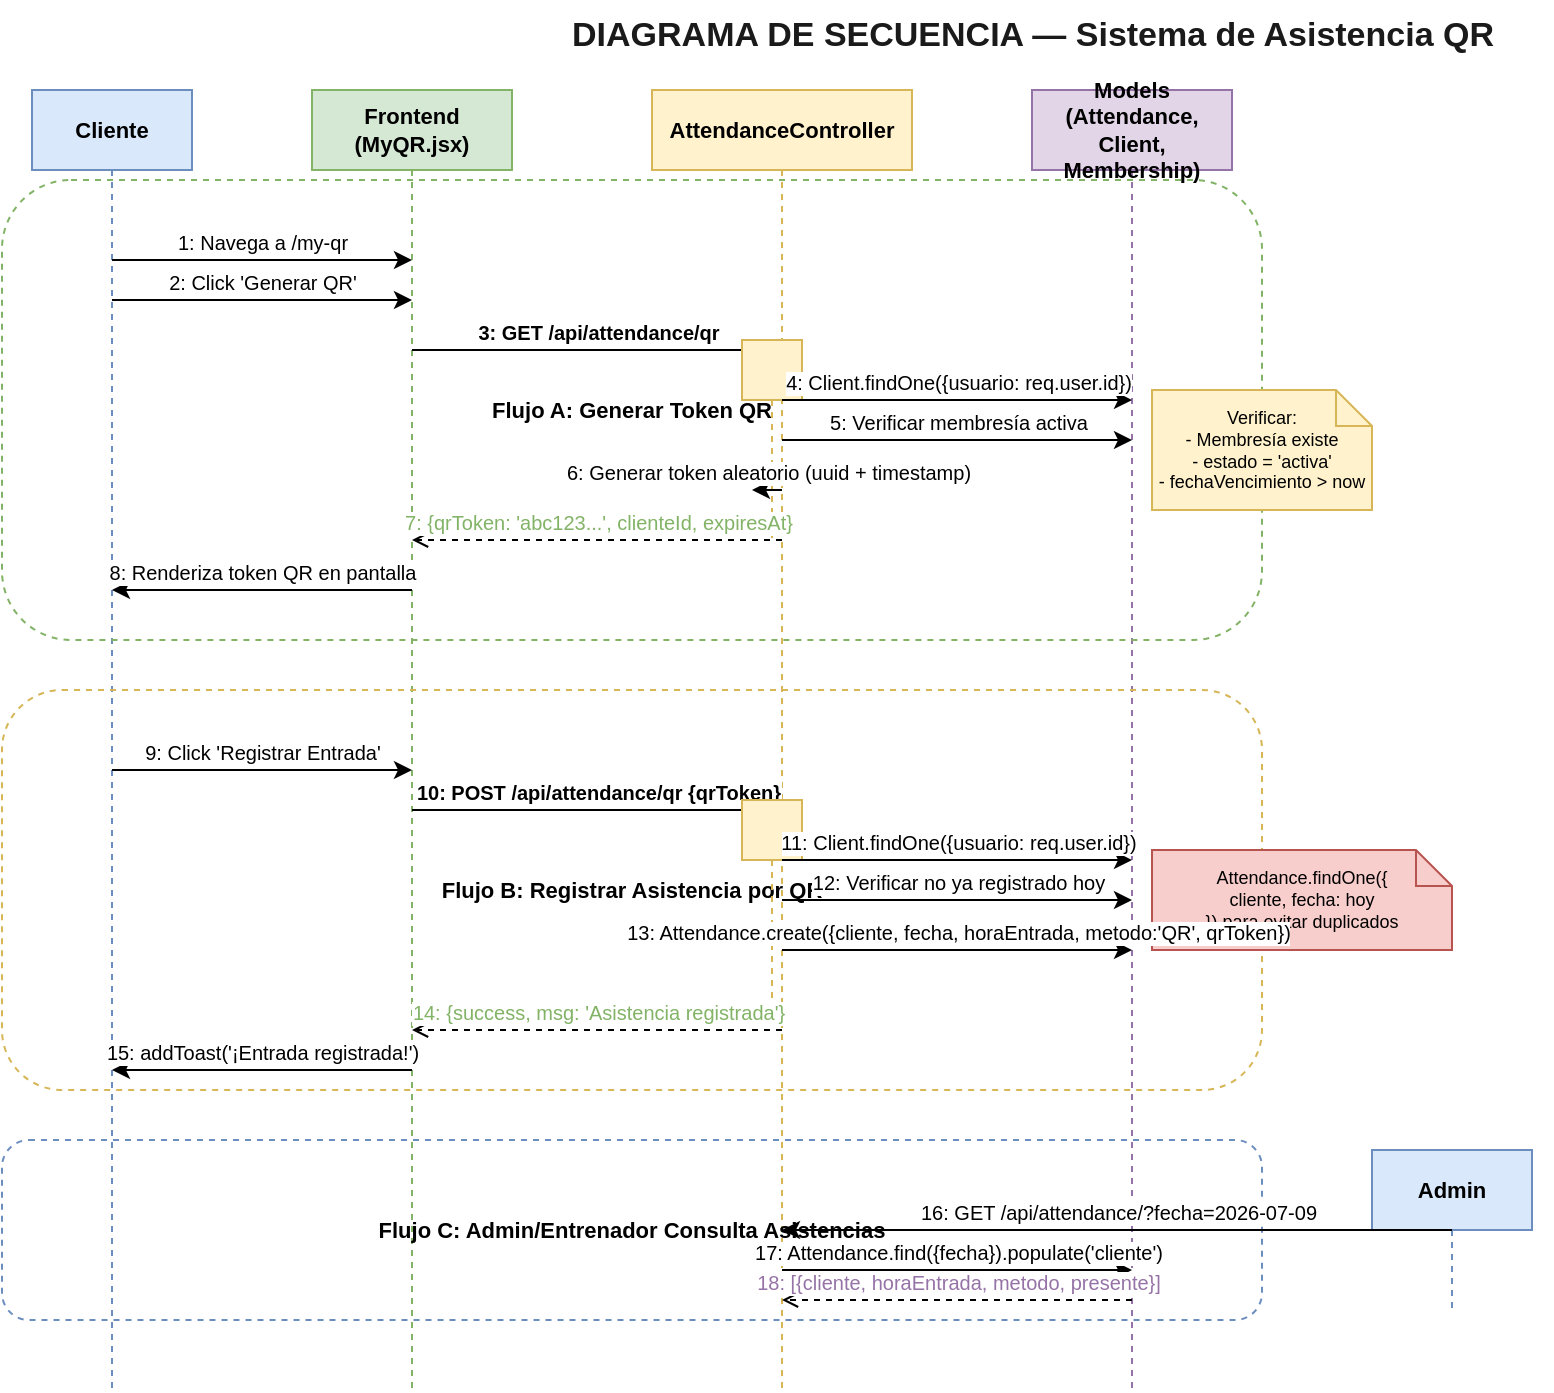
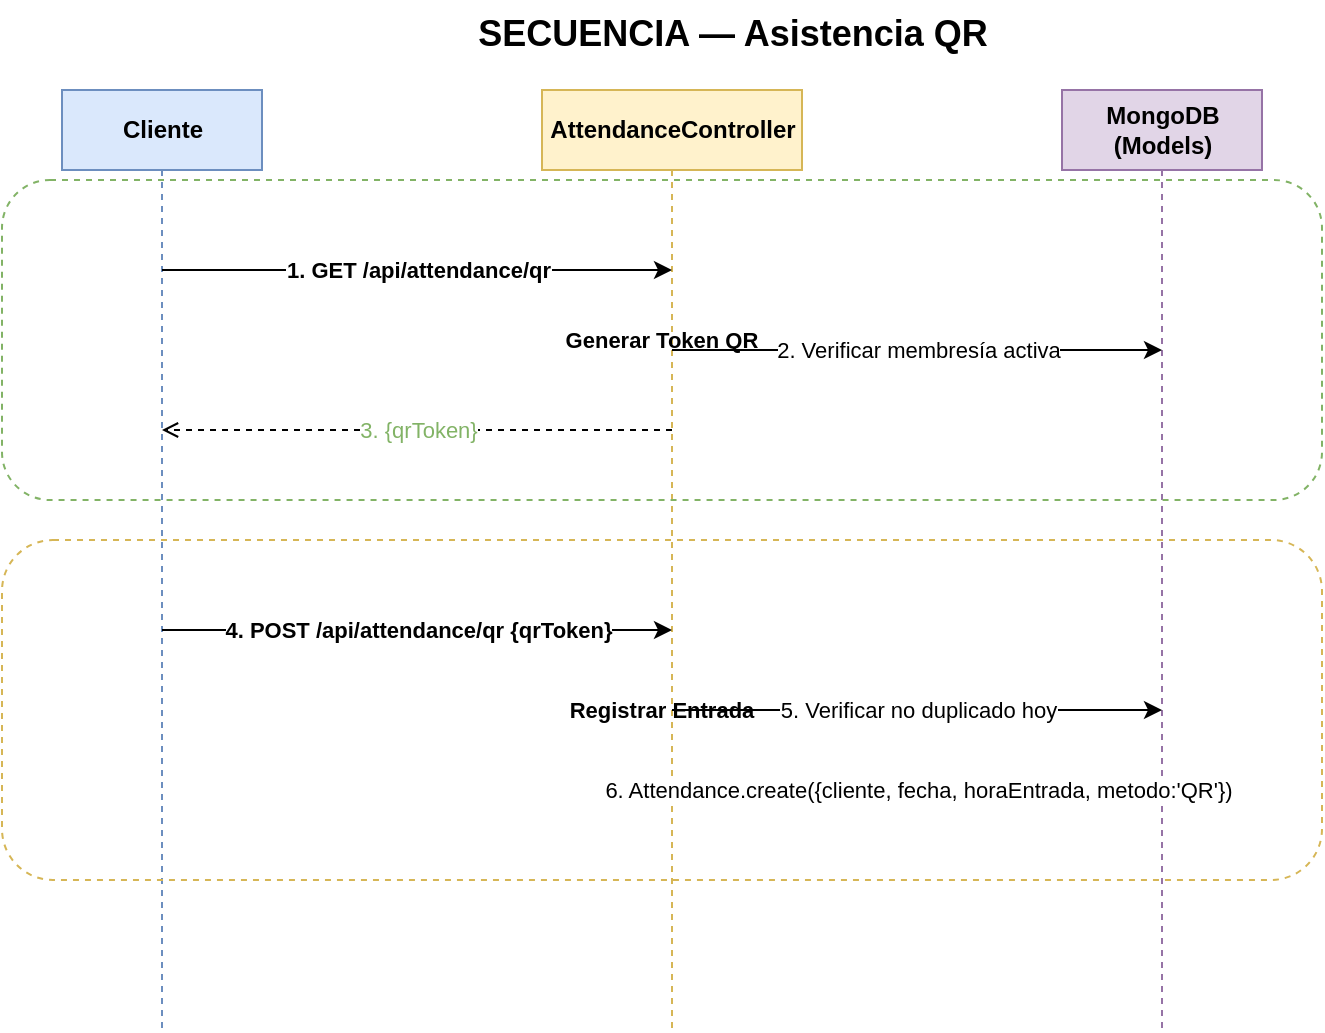
<?xml version="1.0" encoding="UTF-8"?>
- <mxfile host="app.diagrams.net" modified="2026-07-09T14:00:00.000Z" agent="FitControl" version="24.0.0">
-   <diagram name="Secuencia: Asistencia QR" id="seq-asistencia-qr">
-     <mxGraphModel dx="1200" dy="900" grid="1" gridSize="10" guides="1" tooltips="1" connect="1" arrows="1" fold="1" page="1" pageScale="1" pageWidth="1100" pageHeight="1200" math="0" shadow="0">
+ <mxfile host="app.diagrams.net">
+   <diagram name="Asistencia QR" id="seq-asistencia">
+     <mxGraphModel dx="1000" dy="700" grid="1" gridSize="10" guides="1" tooltips="1" connect="1" arrows="1" fold="1" page="1" pageScale="1" pageWidth="800" pageHeight="650" math="0" shadow="0">
      <root>
        <mxCell id="0"/>
        <mxCell id="1" parent="0"/>

-         <mxCell id="title" value="DIAGRAMA DE SECUENCIA — Sistema de Asistencia QR" style="text;html=1;align=center;verticalAlign=middle;resizable=0;points=[];autosize=1;strokeColor=none;fillColor=none;fontSize=17;fontStyle=1;fontColor=#1A1A1A;" vertex="1" parent="1">
-           <mxGeometry x="270" y="15" width="520" height="35" as="geometry"/>
+         <mxCell id="title" value="SECUENCIA — Asistencia QR" style="text;html=1;align=center;strokeColor=none;fillColor=none;fontSize=18;fontStyle=1;" vertex="1" parent="1">
+           <mxGeometry x="220" y="10" width="350" height="35" as="geometry"/>
        </mxCell>

-         <!-- ACTORES -->
-         <mxCell id="a_client" value="Cliente" style="shape=umlLifeline;perimeter=lifelinePerimeter;whiteSpace=wrap;html=1;container=0;collapsible=0;recursiveResize=0;outlineConnect=0;size=40;fillColor=#dae8fc;strokeColor=#6c8ebf;fontStyle=1;fontSize=11;" vertex="1" parent="1">
-           <mxGeometry x="30" y="60" width="80" height="650" as="geometry"/>
+         <mxCell id="l1" value="Cliente" style="shape=umlLifeline;perimeter=lifelinePerimeter;html=1;container=0;collapsible=0;recursiveResize=0;outlineConnect=0;size=40;fillColor=#dae8fc;strokeColor=#6c8ebf;fontStyle=1;fontSize=12;" vertex="1" parent="1">
+           <mxGeometry x="60" y="55" width="100" height="470" as="geometry"/>
        </mxCell>
-         <mxCell id="a_fe" value="Frontend&#xa;(MyQR.jsx)" style="shape=umlLifeline;perimeter=lifelinePerimeter;whiteSpace=wrap;html=1;container=0;collapsible=0;recursiveResize=0;outlineConnect=0;size=40;fillColor=#d5e8d4;strokeColor=#82b366;fontStyle=1;fontSize=11;" vertex="1" parent="1">
-           <mxGeometry x="170" y="60" width="100" height="650" as="geometry"/>
+         <mxCell id="l2" value="AttendanceController" style="shape=umlLifeline;perimeter=lifelinePerimeter;html=1;container=0;collapsible=0;recursiveResize=0;outlineConnect=0;size=40;fillColor=#fff2cc;strokeColor=#d6b656;fontStyle=1;fontSize=12;" vertex="1" parent="1">
+           <mxGeometry x="300" y="55" width="130" height="470" as="geometry"/>
        </mxCell>
-         <mxCell id="a_ctrl" value="AttendanceController" style="shape=umlLifeline;perimeter=lifelinePerimeter;whiteSpace=wrap;html=1;container=0;collapsible=0;recursiveResize=0;outlineConnect=0;size=40;fillColor=#fff2cc;strokeColor=#d6b656;fontStyle=1;fontSize=11;" vertex="1" parent="1">
-           <mxGeometry x="340" y="60" width="130" height="650" as="geometry"/>
-         </mxCell>
-         <mxCell id="a_models" value="Models&#xa;(Attendance,&#xa;Client,&#xa;Membership)" style="shape=umlLifeline;perimeter=lifelinePerimeter;whiteSpace=wrap;html=1;container=0;collapsible=0;recursiveResize=0;outlineConnect=0;size=40;fillColor=#e1d5e7;strokeColor=#9673a6;fontStyle=1;fontSize=11;" vertex="1" parent="1">
-           <mxGeometry x="530" y="60" width="100" height="650" as="geometry"/>
+         <mxCell id="l3" value="MongoDB&#xa;(Models)" style="shape=umlLifeline;perimeter=lifelinePerimeter;html=1;container=0;collapsible=0;recursiveResize=0;outlineConnect=0;size=40;fillColor=#e1d5e7;strokeColor=#9673a6;fontStyle=1;fontSize=12;" vertex="1" parent="1">
+           <mxGeometry x="560" y="55" width="100" height="470" as="geometry"/>
        </mxCell>

-         <!-- =============================== -->
-         <!-- FLUJO: GENERAR QR -->
-         <!-- =============================== -->
-         <mxCell id="box1" value="Flujo A: Generar Token QR" style="shape=frame;whiteSpace=wrap;html=1;startSize=22;fillColor=none;strokeColor=#82b366;fontSize=11;fontStyle=1;rounded=1;dashed=1;" vertex="1" parent="1">
-           <mxGeometry x="15" y="105" width="630" height="230" as="geometry"/>
+         <!-- GENERAR QR -->
+         <mxCell id="box1" value="Generar Token QR" style="shape=frame;whiteSpace=wrap;html=1;startSize=20;fillColor=none;strokeColor=#82b366;fontSize=11;fontStyle=1;rounded=1;dashed=1;" vertex="1" parent="1">
+           <mxGeometry x="30" y="100" width="660" height="160" as="geometry"/>
+         </mxCell>
+         <mxCell id="m1" value="1. GET /api/attendance/qr" style="html=1;endArrow=classic;fontSize=11;fontStyle=1;" edge="1" parent="1">
+           <mxGeometry relative="1" as="geometry"><mxPoint x="110" y="145" as="sourcePoint"/><mxPoint x="365" y="145" as="targetPoint"/></mxGeometry>
+         </mxCell>
+         <mxCell id="m2" value="2. Verificar membresía activa" style="html=1;endArrow=classic;fontSize=11;" edge="1" parent="1">
+           <mxGeometry relative="1" as="geometry"><mxPoint x="365" y="185" as="sourcePoint"/><mxPoint x="610" y="185" as="targetPoint"/></mxGeometry>
+         </mxCell>
+         <mxCell id="m3" value="3. {qrToken}" style="html=1;endArrow=open;fontSize=11;dashed=1;fontColor=#82b366;" edge="1" parent="1">
+           <mxGeometry relative="1" as="geometry"><mxPoint x="365" y="225" as="sourcePoint"/><mxPoint x="110" y="225" as="targetPoint"/></mxGeometry>
        </mxCell>

-         <mxCell id="m1" value="1: Navega a /my-qr" style="html=1;verticalAlign=bottom;endArrow=classic;fontSize=10;" edge="1" parent="1">
-           <mxGeometry relative="1" as="geometry">
-             <mxPoint x="70" y="145" as="sourcePoint"/>
-             <mxPoint x="220" y="145" as="targetPoint"/>
-           </mxGeometry>
+         <!-- REGISTRAR ASISTENCIA -->
+         <mxCell id="box2" value="Registrar Entrada" style="shape=frame;whiteSpace=wrap;html=1;startSize=20;fillColor=none;strokeColor=#d6b656;fontSize=11;fontStyle=1;rounded=1;dashed=1;" vertex="1" parent="1">
+           <mxGeometry x="30" y="280" width="660" height="170" as="geometry"/>
        </mxCell>
-         <mxCell id="m2" value="2: Click 'Generar QR'" style="html=1;verticalAlign=bottom;endArrow=classic;fontSize=10;" edge="1" parent="1">
-           <mxGeometry relative="1" as="geometry">
-             <mxPoint x="70" y="165" as="sourcePoint"/>
-             <mxPoint x="220" y="165" as="targetPoint"/>
-           </mxGeometry>
+         <mxCell id="m4" value="4. POST /api/attendance/qr {qrToken}" style="html=1;endArrow=classic;fontSize=11;fontStyle=1;" edge="1" parent="1">
+           <mxGeometry relative="1" as="geometry"><mxPoint x="110" y="325" as="sourcePoint"/><mxPoint x="365" y="325" as="targetPoint"/></mxGeometry>
        </mxCell>
-         <mxCell id="m3" value="3: GET /api/attendance/qr" style="html=1;verticalAlign=bottom;endArrow=classic;fontSize=10;fontStyle=1;" edge="1" parent="1">
-           <mxGeometry relative="1" as="geometry">
-             <mxPoint x="220" y="190" as="sourcePoint"/>
-             <mxPoint x="405" y="190" as="targetPoint"/>
-           </mxGeometry>
+         <mxCell id="m5" value="5. Verificar no duplicado hoy" style="html=1;endArrow=classic;fontSize=11;" edge="1" parent="1">
+           <mxGeometry relative="1" as="geometry"><mxPoint x="365" y="365" as="sourcePoint"/><mxPoint x="610" y="365" as="targetPoint"/></mxGeometry>
        </mxCell>
- 
-         <mxCell id="act_ctrl1" value="" style="shape=umlLifeline;perimeter=lifelinePerimeter;html=1;container=0;collapsible=0;recursiveResize=0;outlineConnect=0;size=30;fillColor=#fff2cc;strokeColor=#d6b656;" vertex="1" parent="1">
-           <mxGeometry x="385" y="185" width="30" height="100" as="geometry"/>
-         </mxCell>
- 
-         <mxCell id="m4" value="4: Client.findOne({usuario: req.user.id})" style="html=1;verticalAlign=bottom;endArrow=classic;fontSize=10;" edge="1" parent="1">
-           <mxGeometry relative="1" as="geometry">
-             <mxPoint x="405" y="215" as="sourcePoint"/>
-             <mxPoint x="580" y="215" as="targetPoint"/>
-           </mxGeometry>
-         </mxCell>
-         <mxCell id="m5" value="5: Verificar membresía activa" style="html=1;verticalAlign=bottom;endArrow=classic;fontSize=10;" edge="1" parent="1">
-           <mxGeometry relative="1" as="geometry">
-             <mxPoint x="405" y="235" as="sourcePoint"/>
-             <mxPoint x="580" y="235" as="targetPoint"/>
-           </mxGeometry>
-         </mxCell>
-         <mxCell id="note1" value="Verificar:&#xa;- Membresía existe&#xa;- estado = 'activa'&#xa;- fechaVencimiento > now" style="shape=note;whiteSpace=wrap;html=1;backgroundOutline=1;size=18;fillColor=#fff2cc;strokeColor=#d6b656;fontSize=9;" vertex="1" parent="1">
-           <mxGeometry x="590" y="210" width="110" height="60" as="geometry"/>
-         </mxCell>
- 
-         <mxCell id="m6" value="6: Generar token aleatorio (uuid + timestamp)" style="html=1;verticalAlign=bottom;endArrow=classic;fontSize=10;" edge="1" parent="1">
-           <mxGeometry relative="1" as="geometry">
-             <mxPoint x="405" y="260" as="sourcePoint"/>
-             <mxPoint x="390" y="260" as="targetPoint"/>
-           </mxGeometry>
-         </mxCell>
-         <mxCell id="m7" value="7: {qrToken: 'abc123...', clienteId, expiresAt}" style="html=1;verticalAlign=bottom;endArrow=open;fontSize=10;fontColor=#82b366;dashed=1;" edge="1" parent="1">
-           <mxGeometry relative="1" as="geometry">
-             <mxPoint x="405" y="285" as="sourcePoint"/>
-             <mxPoint x="220" y="285" as="targetPoint"/>
-           </mxGeometry>
-         </mxCell>
-         <mxCell id="m8" value="8: Renderiza token QR en pantalla" style="html=1;verticalAlign=bottom;endArrow=classic;fontSize=10;" edge="1" parent="1">
-           <mxGeometry relative="1" as="geometry">
-             <mxPoint x="220" y="310" as="sourcePoint"/>
-             <mxPoint x="70" y="310" as="targetPoint"/>
-           </mxGeometry>
-         </mxCell>
- 
-         <!-- =============================== -->
-         <!-- FLUJO: REGISTRAR ASISTENCIA -->
-         <!-- =============================== -->
-         <mxCell id="box2" value="Flujo B: Registrar Asistencia por QR" style="shape=frame;whiteSpace=wrap;html=1;startSize=22;fillColor=none;strokeColor=#d6b656;fontSize=11;fontStyle=1;rounded=1;dashed=1;" vertex="1" parent="1">
-           <mxGeometry x="15" y="360" width="630" height="200" as="geometry"/>
-         </mxCell>
- 
-         <mxCell id="m10" value="9: Click 'Registrar Entrada'" style="html=1;verticalAlign=bottom;endArrow=classic;fontSize=10;" edge="1" parent="1">
-           <mxGeometry relative="1" as="geometry">
-             <mxPoint x="70" y="400" as="sourcePoint"/>
-             <mxPoint x="220" y="400" as="targetPoint"/>
-           </mxGeometry>
-         </mxCell>
-         <mxCell id="m11" value="10: POST /api/attendance/qr {qrToken}" style="html=1;verticalAlign=bottom;endArrow=classic;fontSize=10;fontStyle=1;" edge="1" parent="1">
-           <mxGeometry relative="1" as="geometry">
-             <mxPoint x="220" y="420" as="sourcePoint"/>
-             <mxPoint x="405" y="420" as="targetPoint"/>
-           </mxGeometry>
-         </mxCell>
- 
-         <mxCell id="act_ctrl2" value="" style="shape=umlLifeline;perimeter=lifelinePerimeter;html=1;container=0;collapsible=0;recursiveResize=0;outlineConnect=0;size=30;fillColor=#fff2cc;strokeColor=#d6b656;" vertex="1" parent="1">
-           <mxGeometry x="385" y="415" width="30" height="100" as="geometry"/>
-         </mxCell>
- 
-         <mxCell id="m12" value="11: Client.findOne({usuario: req.user.id})" style="html=1;verticalAlign=bottom;endArrow=classic;fontSize=10;" edge="1" parent="1">
-           <mxGeometry relative="1" as="geometry">
-             <mxPoint x="405" y="445" as="sourcePoint"/>
-             <mxPoint x="580" y="445" as="targetPoint"/>
-           </mxGeometry>
-         </mxCell>
- 
-         <mxCell id="m13" value="12: Verificar no ya registrado hoy" style="html=1;verticalAlign=bottom;endArrow=classic;fontSize=10;" edge="1" parent="1">
-           <mxGeometry relative="1" as="geometry">
-             <mxPoint x="405" y="465" as="sourcePoint"/>
-             <mxPoint x="580" y="465" as="targetPoint"/>
-           </mxGeometry>
-         </mxCell>
-         <mxCell id="note2" value="Attendance.findOne({&#xa;  cliente, fecha: hoy&#xa;}) para evitar duplicados" style="shape=note;whiteSpace=wrap;html=1;backgroundOutline=1;size=18;fillColor=#f8cecc;strokeColor=#b85450;fontSize=9;" vertex="1" parent="1">
-           <mxGeometry x="590" y="440" width="150" height="50" as="geometry"/>
-         </mxCell>
- 
-         <mxCell id="m14" value="13: Attendance.create({cliente, fecha, horaEntrada, metodo:'QR', qrToken})" style="html=1;verticalAlign=bottom;endArrow=classic;fontSize=10;" edge="1" parent="1">
-           <mxGeometry relative="1" as="geometry">
-             <mxPoint x="405" y="490" as="sourcePoint"/>
-             <mxPoint x="580" y="490" as="targetPoint"/>
-           </mxGeometry>
-         </mxCell>
- 
-         <mxCell id="m15" value="14: {success, msg: 'Asistencia registrada'}" style="html=1;verticalAlign=bottom;endArrow=open;fontSize=10;fontColor=#82b366;dashed=1;" edge="1" parent="1">
-           <mxGeometry relative="1" as="geometry">
-             <mxPoint x="405" y="530" as="sourcePoint"/>
-             <mxPoint x="220" y="530" as="targetPoint"/>
-           </mxGeometry>
-         </mxCell>
-         <mxCell id="m16" value="15: addToast('¡Entrada registrada!')" style="html=1;verticalAlign=bottom;endArrow=classic;fontSize=10;" edge="1" parent="1">
-           <mxGeometry relative="1" as="geometry">
-             <mxPoint x="220" y="550" as="sourcePoint"/>
-             <mxPoint x="70" y="550" as="targetPoint"/>
-           </mxGeometry>
-         </mxCell>
- 
-         <!-- =============================== -->
-         <!-- FLUJO: CONSULTA ADMIN -->
-         <!-- =============================== -->
-         <mxCell id="box3" value="Flujo C: Admin/Entrenador Consulta Asistencias" style="shape=frame;whiteSpace=wrap;html=1;startSize=22;fillColor=none;strokeColor=#6c8ebf;fontSize=11;fontStyle=1;rounded=1;dashed=1;" vertex="1" parent="1">
-           <mxGeometry x="15" y="585" width="630" height="90" as="geometry"/>
-         </mxCell>
- 
-         <mxCell id="a_admin" value="Admin" style="shape=umlLifeline;perimeter=lifelinePerimeter;whiteSpace=wrap;html=1;container=0;collapsible=0;recursiveResize=0;outlineConnect=0;size=40;fillColor=#dae8fc;strokeColor=#6c8ebf;fontStyle=1;fontSize=11;" vertex="1" parent="1">
-           <mxGeometry x="700" y="590" width="80" height="80" as="geometry"/>
-         </mxCell>
- 
-         <mxCell id="m20" value="16: GET /api/attendance/?fecha=2026-07-09" style="html=1;verticalAlign=bottom;endArrow=classic;fontSize=10;" edge="1" parent="1">
-           <mxGeometry relative="1" as="geometry">
-             <mxPoint x="740" y="630" as="sourcePoint"/>
-             <mxPoint x="405" y="630" as="targetPoint"/>
-           </mxGeometry>
-         </mxCell>
-         <mxCell id="m21" value="17: Attendance.find({fecha}).populate('cliente')" style="html=1;verticalAlign=bottom;endArrow=classic;fontSize=10;" edge="1" parent="1">
-           <mxGeometry relative="1" as="geometry">
-             <mxPoint x="405" y="650" as="sourcePoint"/>
-             <mxPoint x="580" y="650" as="targetPoint"/>
-           </mxGeometry>
-         </mxCell>
-         <mxCell id="m22" value="18: [{cliente, horaEntrada, metodo, presente}]" style="html=1;verticalAlign=bottom;endArrow=open;fontSize=10;fontColor=#9673a6;dashed=1;" edge="1" parent="1">
-           <mxGeometry relative="1" as="geometry">
-             <mxPoint x="580" y="665" as="sourcePoint"/>
-             <mxPoint x="405" y="665" as="targetPoint"/>
-           </mxGeometry>
+         <mxCell id="m6" value="6. Attendance.create({cliente, fecha, horaEntrada, metodo:'QR'})" style="html=1;endArrow=classic;fontSize=11;" edge="1" parent="1">
+           <mxGeometry relative="1" as="geometry"><mxPoint x="365" y="405" as="sourcePoint"/><mxPoint x="610" y="405" as="targetPoint"/></mxGeometry>
        </mxCell>

      </root>
    </mxGraphModel>
  </diagram>
</mxfile>
